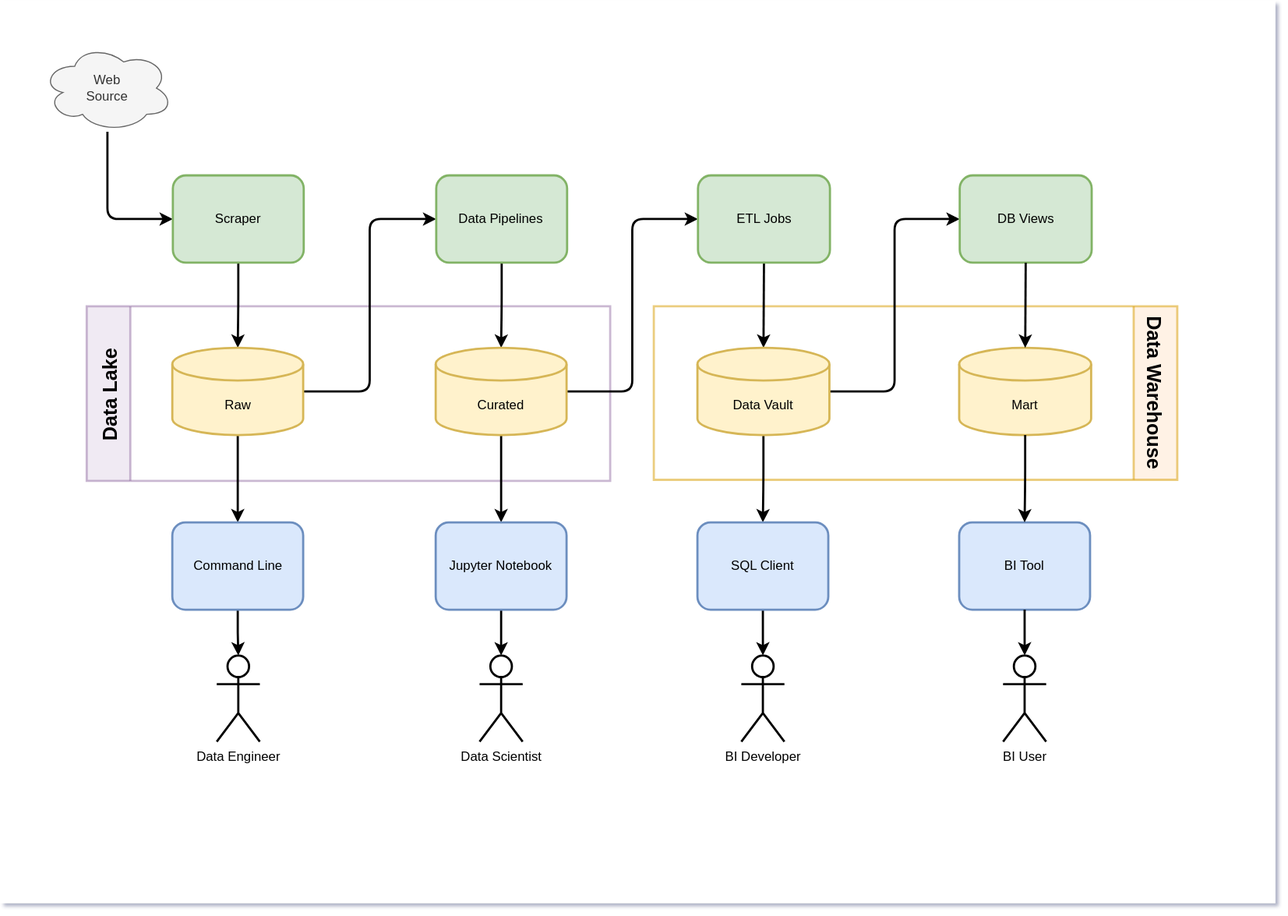
This is doc/architecture-overview.drawio.svg from petracarrion/job-market-analytics, a draw.io export, as it was before one commit. Source tidied: cells renumbered, new cells last; positions are measured from the earlier drawing's top-left corner, leaving out a move shared by most shapes.
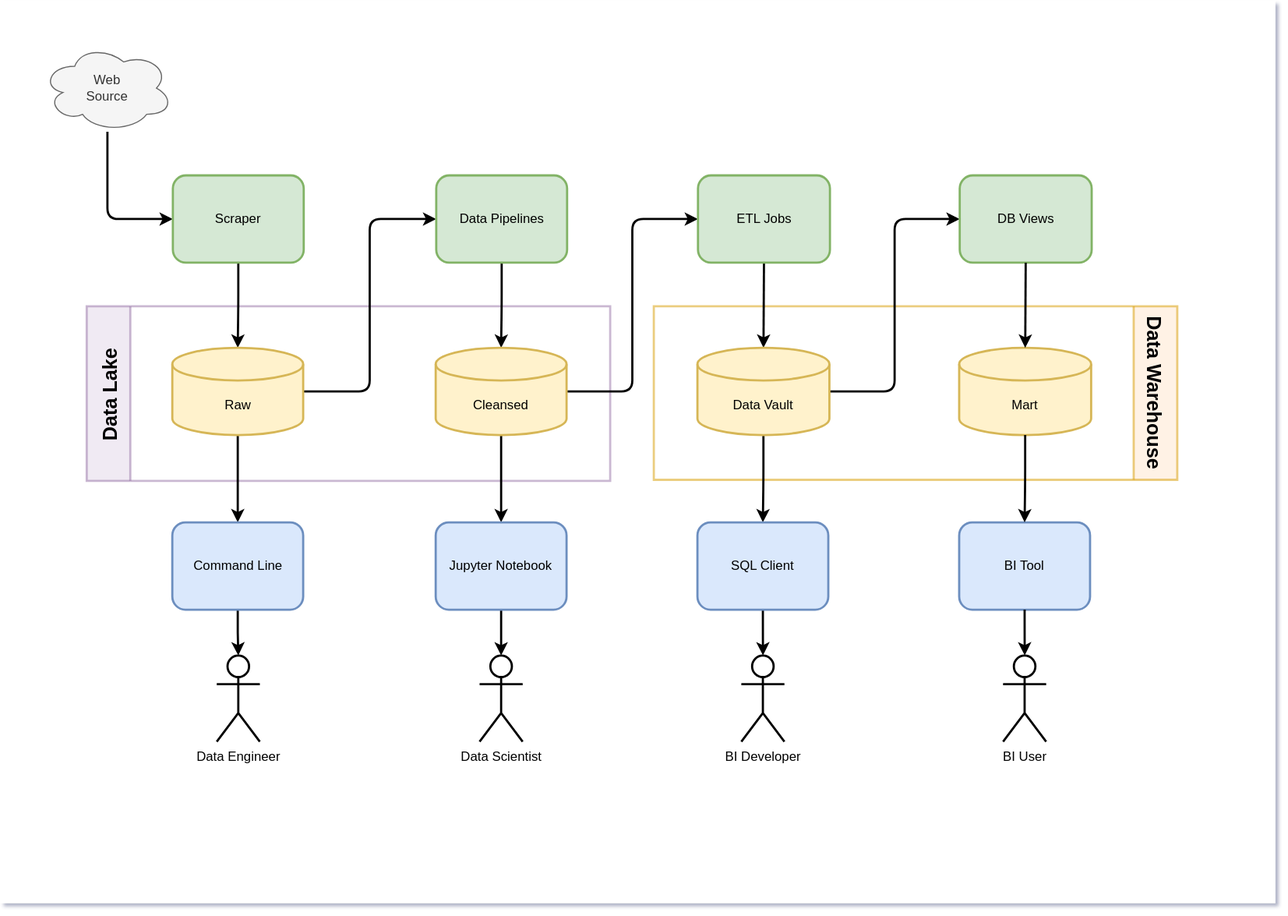
After the change.

Change to the diagram source:
```diff
@@ -45,7 +45,7 @@
     <mxCell id="16" style="edgeStyle=orthogonalEdgeStyle;rounded=1;jettySize=auto;html=1;entryX=0.5;entryY=0;entryDx=0;entryDy=0;fontSize=48;strokeWidth=2;" parent="3" edge="1" source="17" target="27">
       <mxGeometry relative="1" as="geometry" />
     </mxCell>
-    <mxCell id="17" value="Curated" style="shape=cylinder3;whiteSpace=wrap;html=1;boundedLbl=1;backgroundOutline=1;size=15;fillColor=#fff2cc;strokeColor=#d6b656;strokeWidth=2;perimeterSpacing=0;" parent="3" vertex="1">
+    <mxCell id="17" value="Cleansed" style="shape=cylinder3;whiteSpace=wrap;html=1;boundedLbl=1;backgroundOutline=1;size=15;fillColor=#fff2cc;strokeColor=#d6b656;strokeWidth=2;perimeterSpacing=0;" parent="3" vertex="1">
       <mxGeometry x="399" y="318" width="120" height="80" as="geometry" />
     </mxCell>
     <mxCell id="18" style="edgeStyle=orthogonalEdgeStyle;rounded=1;jettySize=auto;html=1;entryX=0.5;entryY=0;entryDx=0;entryDy=0;entryPerimeter=0;strokeWidth=2;jumpStyle=arc;shadow=0;sketch=0;" parent="3" edge="1" source="19" target="22">
```
